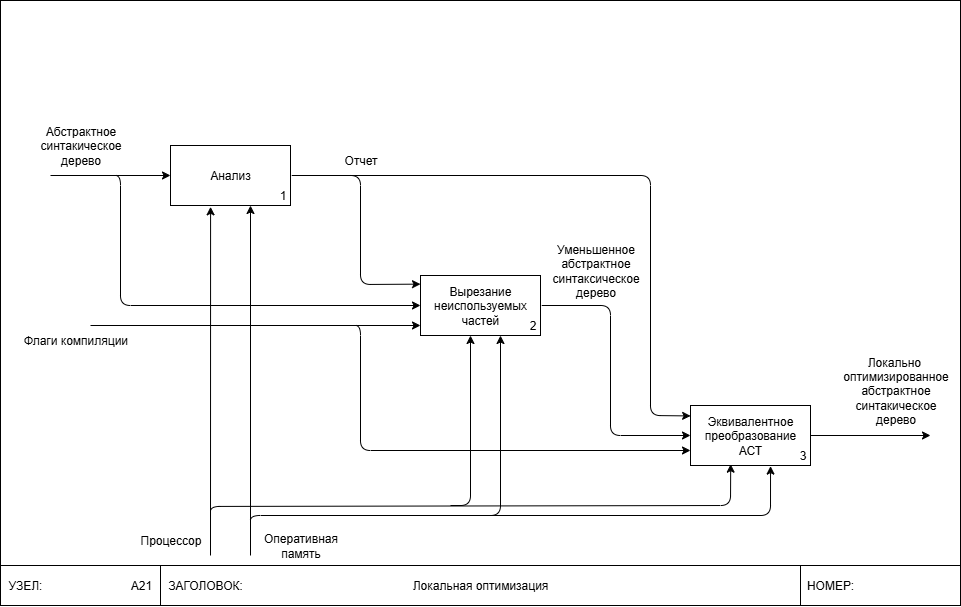
The draw.io diagram sysanal/hw/sysanal_hw-A21.drawio.png in vzalygin/bmstu-ics6, before a commit. Source tidied: cells renumbered, new cells last; positions are measured from the earlier drawing's top-left corner, leaving out a move shared by most shapes.
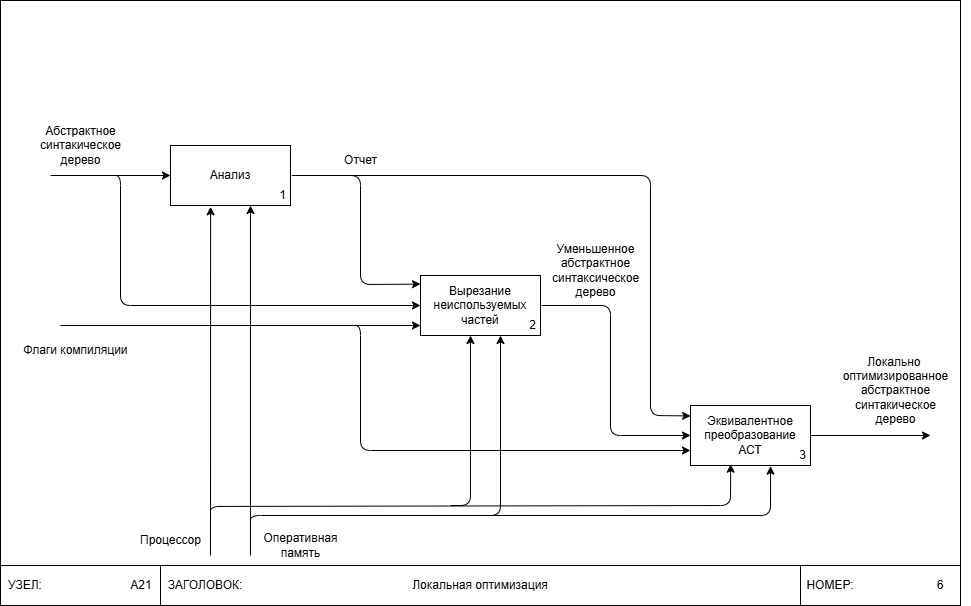
After the change.

The edit, as a diff of the source:
```diff
@@ -33,7 +33,7 @@
       <mxGeometry x="30" y="115" width="100" height="60" as="geometry" />
     </mxCell>
     <mxCell id="12" value="Флаги компиляции" style="text;html=1;align=center;verticalAlign=middle;strokeColor=none;fillColor=none;" parent="1" vertex="1">
-      <mxGeometry x="10" y="325" width="130" height="30" as="geometry" />
+      <mxGeometry x="10" y="335" width="130" height="30" as="geometry" />
     </mxCell>
     <mxCell id="13" value="&lt;div&gt;Локально&amp;nbsp;&lt;/div&gt;&lt;div&gt;оптимизированное&lt;/div&gt;абстрактное&lt;div&gt;синтакическое&lt;/div&gt;&lt;div&gt;дерево&lt;/div&gt;" style="text;html=1;align=center;verticalAlign=middle;strokeColor=none;fillColor=none;" parent="1" vertex="1">
       <mxGeometry x="830" y="345" width="130" height="90" as="geometry" />
@@ -92,7 +92,7 @@
     </mxCell>
     <mxCell id="29" style="endArrow=classic;html=1;rounded=0;" parent="1" edge="1">
       <mxGeometry relative="1" as="geometry">
-        <mxPoint x="90" y="325" as="sourcePoint" />
+        <mxPoint x="60" y="325" as="sourcePoint" />
         <mxPoint x="420" y="325" as="targetPoint" />
       </mxGeometry>
     </mxCell>
@@ -183,5 +183,8 @@
         </Array>
       </mxGeometry>
     </mxCell>
+    <mxCell id="41" value="6" style="text;html=1;whiteSpace=wrap;strokeColor=none;fillColor=none;align=center;verticalAlign=middle;rounded=0;" parent="1" vertex="1">
+      <mxGeometry x="910" y="570" width="60" height="30" as="geometry" />
+    </mxCell>
   </root>
 </mxGraphModel>
```
